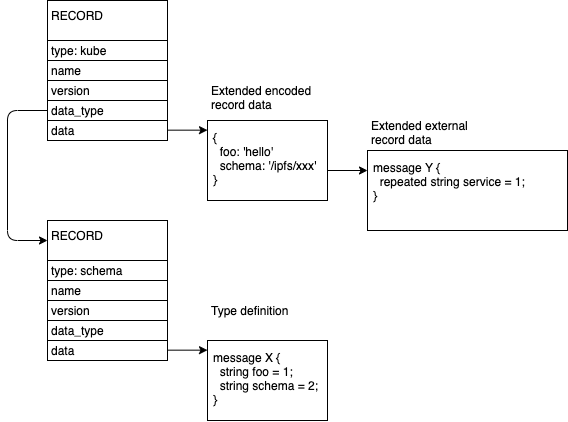
Before: docs/content/assets/img/wns-records.png, a diagram exported from draw.io (wirelineio/wns). Source tidied: cells renumbered, new cells last; positions are measured from the earlier drawing's top-left corner, leaving out a move shared by most shapes.
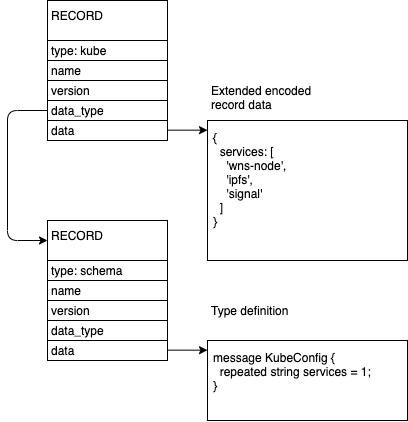
After the change.

What changed in the source:
```diff
@@ -5,8 +5,8 @@
     <mxCell id="2" value="RECORD" style="rounded=0;whiteSpace=wrap;html=1;align=left;verticalAlign=top;spacing=4;" parent="1" vertex="1">
       <mxGeometry x="40" width="120" height="40" as="geometry" />
     </mxCell>
-    <mxCell id="3" value="{&lt;br&gt;&amp;nbsp; foo: 'hello'&lt;br&gt;&amp;nbsp; schema: '/ipfs/xxx'&lt;br&gt;}" style="rounded=0;whiteSpace=wrap;html=1;align=left;verticalAlign=top;spacing=6;" parent="1" vertex="1">
-      <mxGeometry x="200" y="120" width="120" height="80" as="geometry" />
+    <mxCell id="3" value="{&lt;br&gt;&amp;nbsp; services: [&lt;br&gt;&amp;nbsp; &amp;nbsp; 'wns-node',&lt;br&gt;&amp;nbsp; &amp;nbsp; 'ipfs',&lt;br&gt;&amp;nbsp; &amp;nbsp; 'signal'&lt;br&gt;&amp;nbsp; ]&lt;br&gt;}" style="rounded=0;whiteSpace=wrap;html=1;align=left;verticalAlign=top;spacing=6;" parent="1" vertex="1">
+      <mxGeometry x="200" y="120" width="200" height="140" as="geometry" />
     </mxCell>
     <mxCell id="4" value="name" style="rounded=0;whiteSpace=wrap;html=1;align=left;spacing=4;" parent="1" vertex="1">
       <mxGeometry x="40" y="60" width="120" height="20" as="geometry" />
@@ -29,8 +29,8 @@
     <mxCell id="9" value="RECORD" style="rounded=0;whiteSpace=wrap;html=1;align=left;verticalAlign=top;spacing=4;" parent="1" vertex="1">
       <mxGeometry x="40" y="220" width="120" height="40" as="geometry" />
     </mxCell>
-    <mxCell id="10" value="message X {&lt;br&gt;&amp;nbsp; string foo = 1;&lt;br&gt;&amp;nbsp; string schema = 2;&lt;br&gt;}" style="rounded=0;whiteSpace=wrap;html=1;align=left;verticalAlign=top;spacing=6;" parent="1" vertex="1">
-      <mxGeometry x="200" y="340" width="120" height="80" as="geometry" />
+    <mxCell id="10" value="message KubeConfig {&lt;br&gt;&amp;nbsp; repeated string services = 1;&lt;br&gt;}" style="rounded=0;whiteSpace=wrap;html=1;align=left;verticalAlign=top;spacing=6;" parent="1" vertex="1">
+      <mxGeometry x="200" y="340" width="200" height="80" as="geometry" />
     </mxCell>
     <mxCell id="11" value="name" style="rounded=0;whiteSpace=wrap;html=1;align=left;spacing=4;" parent="1" vertex="1">
       <mxGeometry x="40" y="280" width="120" height="20" as="geometry" />
@@ -64,21 +64,9 @@
         </Array>
       </mxGeometry>
     </mxCell>
-    <mxCell id="19" value="message Y {&lt;br&gt;&amp;nbsp; repeated string service = 1;&lt;br&gt;}" style="rounded=0;whiteSpace=wrap;html=1;align=left;verticalAlign=top;spacing=6;" parent="1" vertex="1">
-      <mxGeometry x="360" y="150" width="200" height="80" as="geometry" />
-    </mxCell>
-    <mxCell id="20" style="endArrow=classic;html=1;" parent="1" edge="1">
-      <mxGeometry relative="1" as="geometry">
-        <mxPoint x="320" y="170" as="sourcePoint" />
-        <mxPoint x="360" y="170" as="targetPoint" />
-      </mxGeometry>
-    </mxCell>
     <mxCell id="21" value="Extended encoded&lt;br&gt;record data" style="rounded=0;whiteSpace=wrap;html=1;align=left;verticalAlign=top;spacing=4;strokeColor=none;fillColor=none;" parent="1" vertex="1">
       <mxGeometry x="200" y="75" width="120" height="45" as="geometry" />
     </mxCell>
-    <mxCell id="22" value="Extended external&lt;br&gt;record data" style="rounded=0;whiteSpace=wrap;html=1;align=left;verticalAlign=top;spacing=4;strokeColor=none;fillColor=none;" parent="1" vertex="1">
-      <mxGeometry x="360" y="110" width="160" height="40" as="geometry" />
-    </mxCell>
     <mxCell id="23" value="Type definition" style="rounded=0;whiteSpace=wrap;html=1;align=left;verticalAlign=top;spacing=4;strokeColor=none;fillColor=none;" parent="1" vertex="1">
       <mxGeometry x="200" y="295" width="120" height="45" as="geometry" />
     </mxCell>
```
